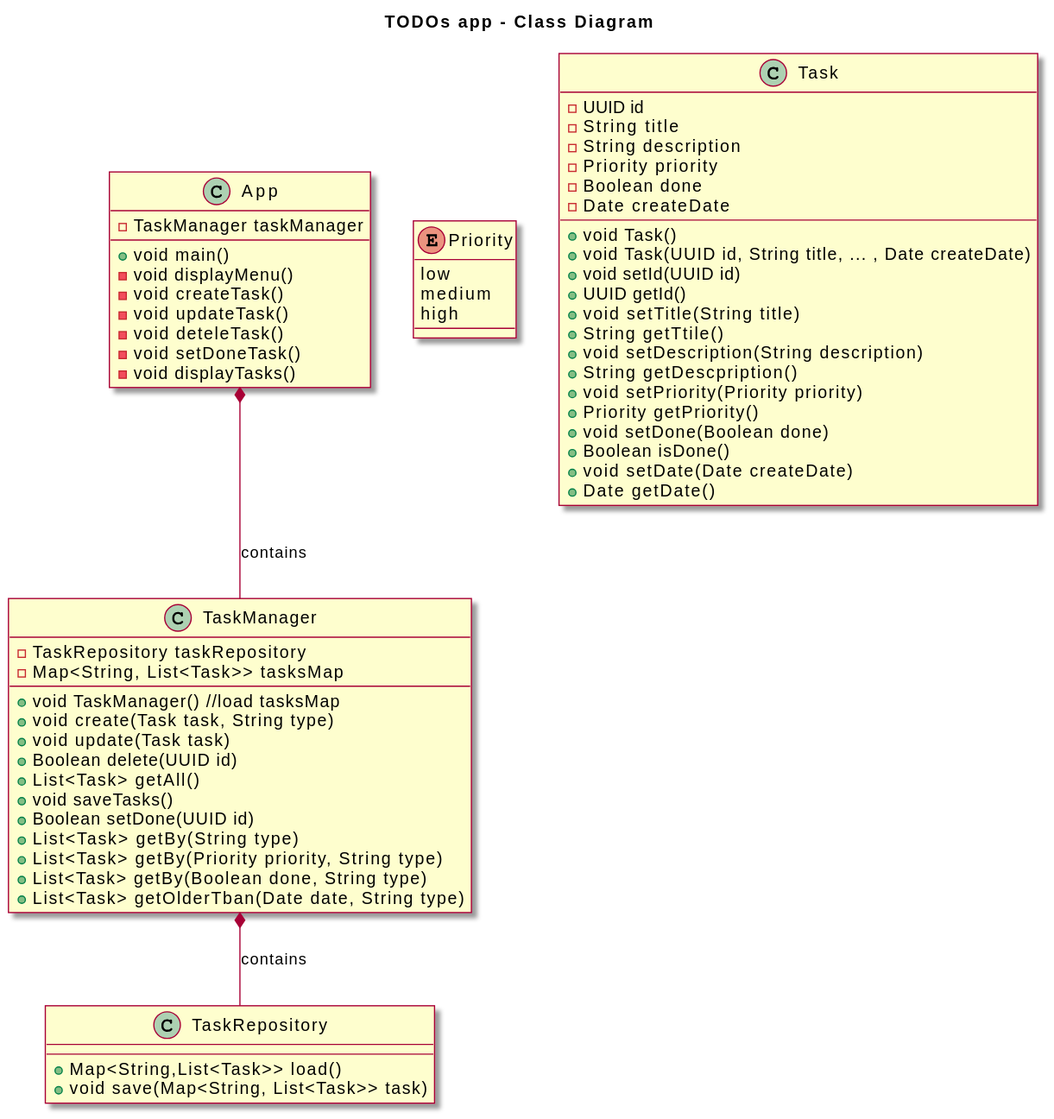
This is docs/AppClassDiagram.svg from GeorgeFreelanceDeveloper/TODOs, a PlantUML export, as it was before one commit.
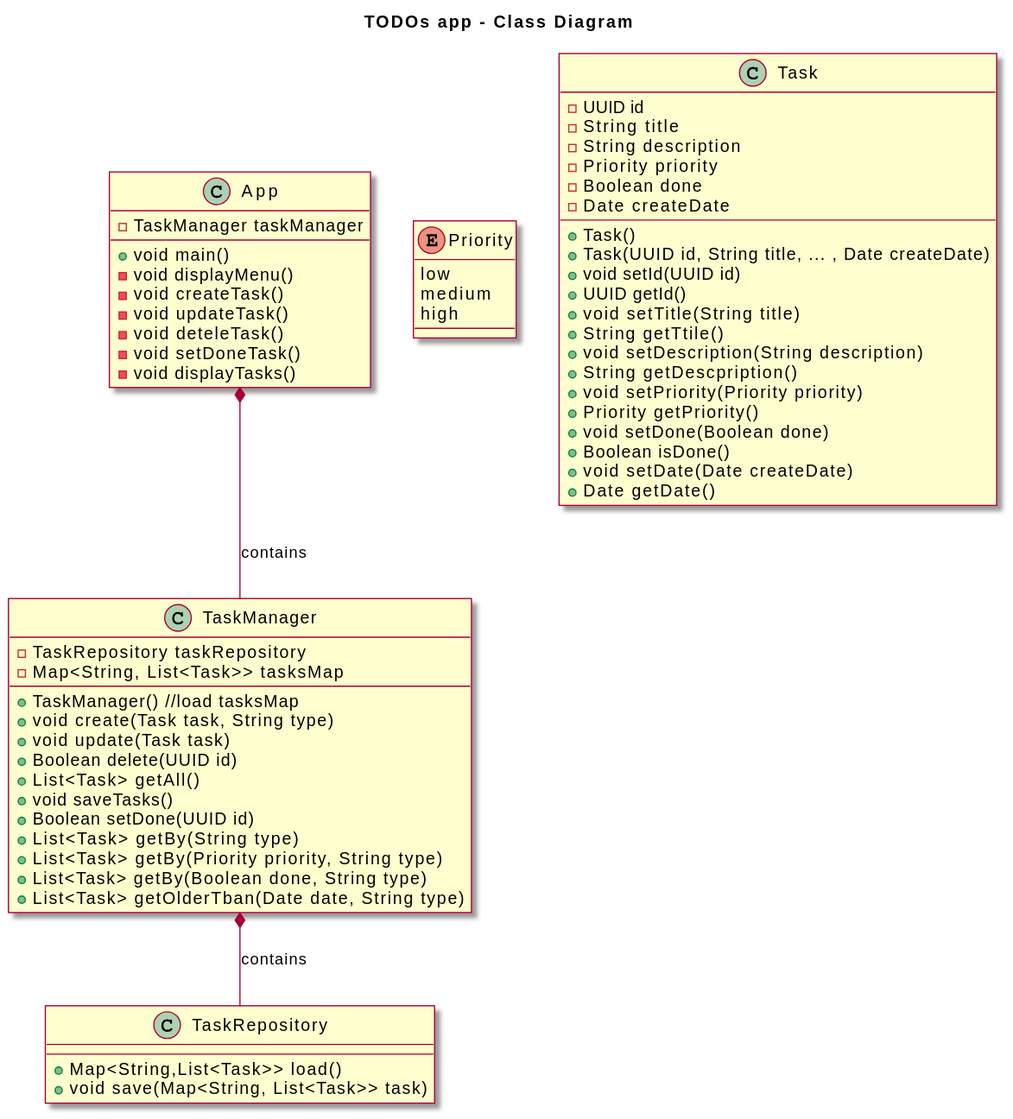
Above is the later version.

Commit message:
Updated docs: removed return type from constructors

Diff of the diagram source:
```diff
@@ -27,8 +27,8 @@
   -Priority priority
   -Boolean done
   -Date createDate
-  +void Task()
-  +void Task(UUID id, String title, ... , Date createDate)
+  +Task()
+  +Task(UUID id, String title, ... , Date createDate)
   +void setId(UUID id)
   +UUID getId()
   +void setTitle(String title)
@@ -46,7 +46,7 @@
 class TaskManager{
   -TaskRepository taskRepository
   -Map<String, List<Task>> tasksMap
-  +void TaskManager() //load tasksMap
+  +TaskManager() //load tasksMap
   +void create(Task task, String type)
   +void update(Task task)
   +Boolean delete(UUID id)
```
